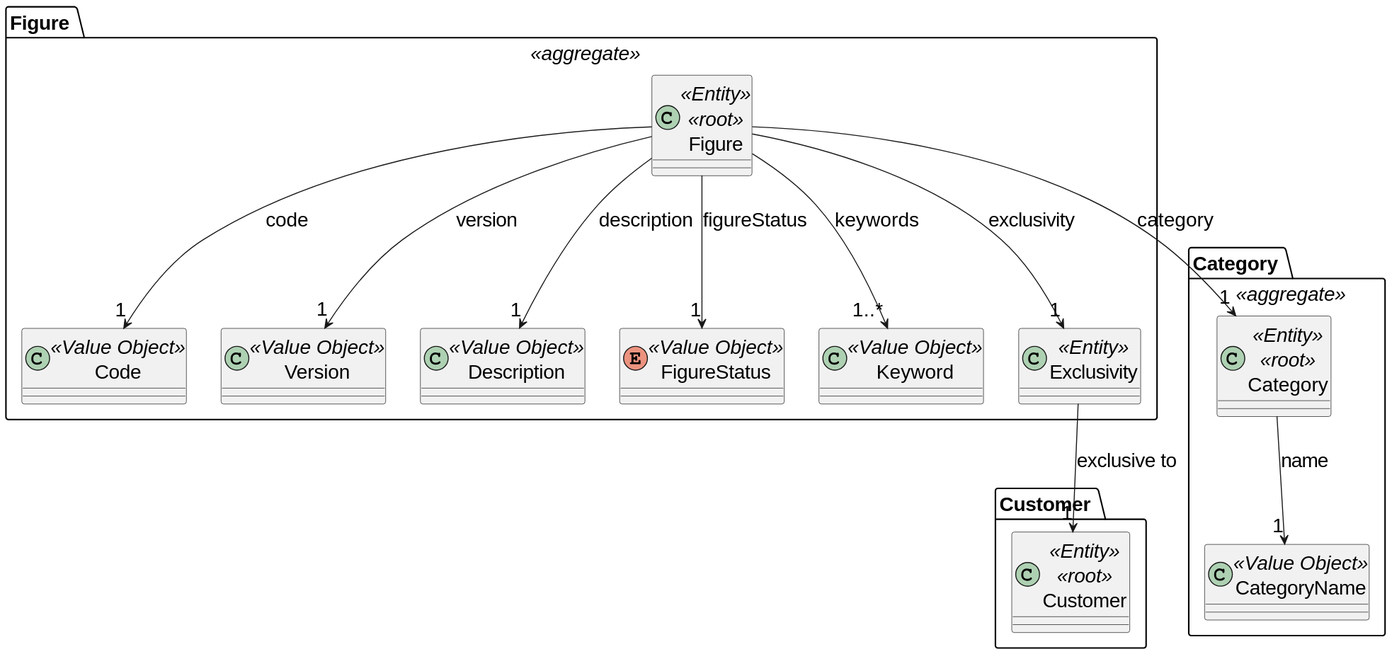
Before: docs/SPRINT_2/US232/images/domain_model_us232.svg, a diagram exported from PlantUML (diogoveirospro/sem4pi-2024-2025-sem4pi_2024_2025_g44).
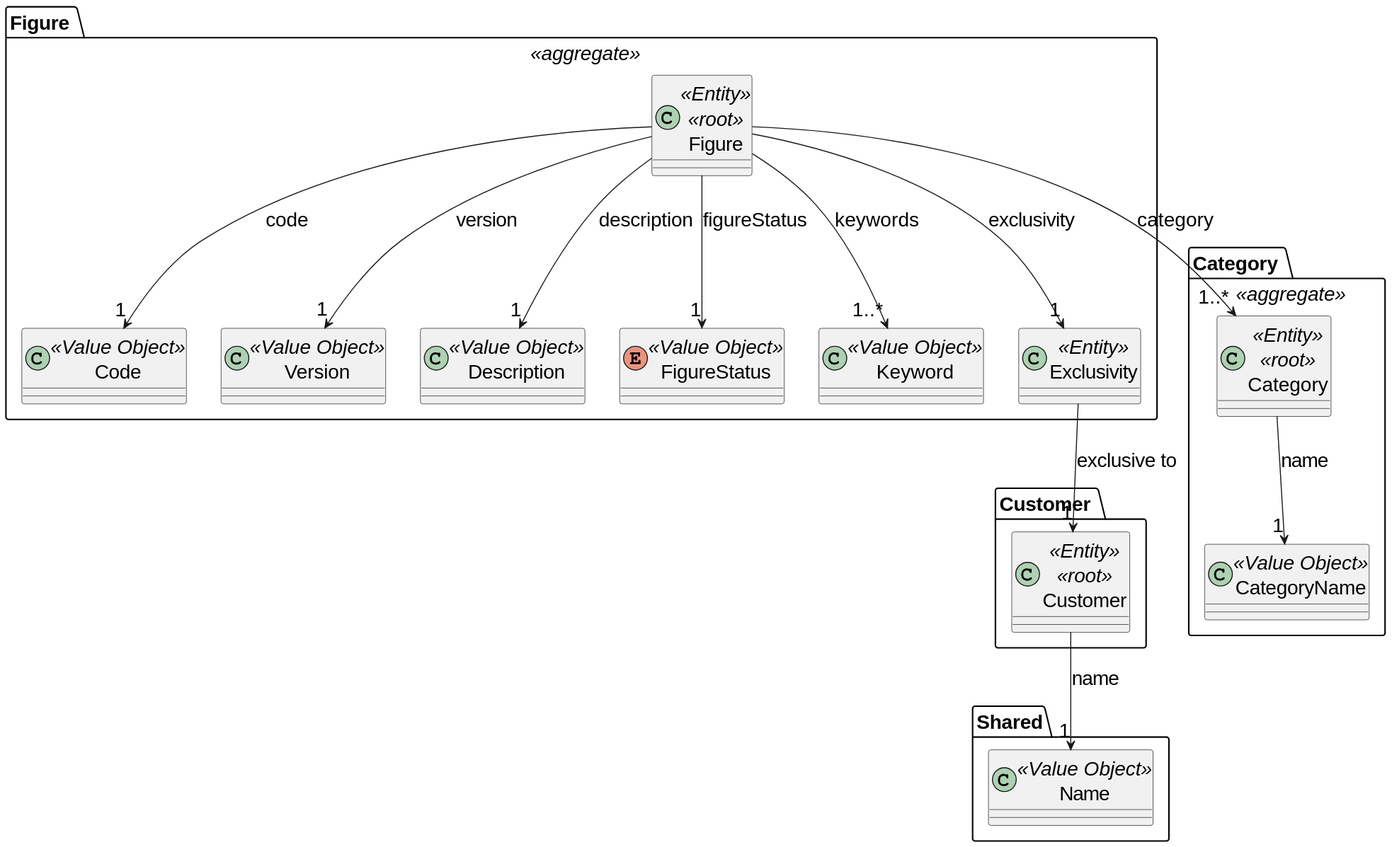
After the change.

Diff of the diagram source:
```diff
@@ -51,6 +51,13 @@
 
     Category --> "1" CategoryName: name
 
-    Figure --> "1" Category: category
+    Figure --> "1..*" Category: category
+}
+
+package Shared {
+    class Name <<Value Object>>{
+    }
+
+    Customer --> "1" Name: name
 }
 @enduml
```
